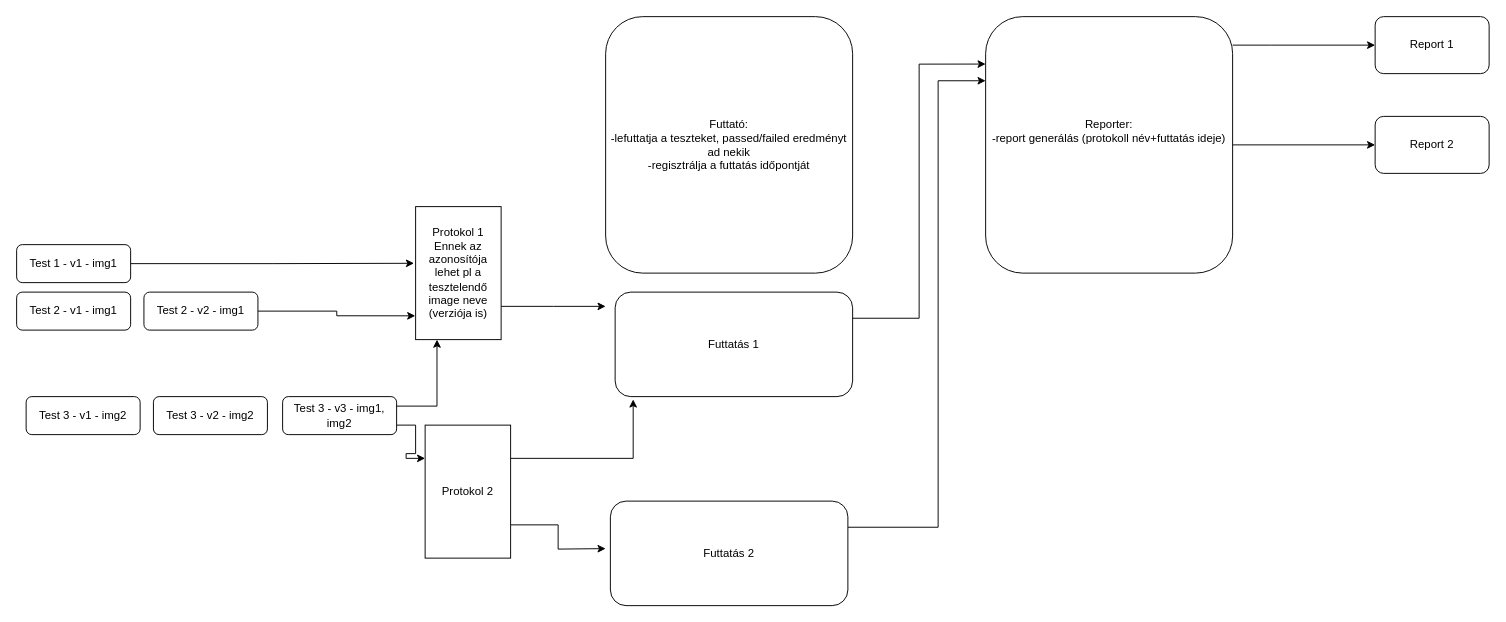
Above: PC_ImageTestFramework.drawio in szvatai1985/drawio_files (draw.io), before the change. Source tidied: cells renumbered, new cells numbered last; positions are measured from the earlier drawing's top-left corner, leaving out a move shared by most shapes. Both pictures are drawn from the tidied source at 95%, with x=0, y=0 at pixel (16, 16).
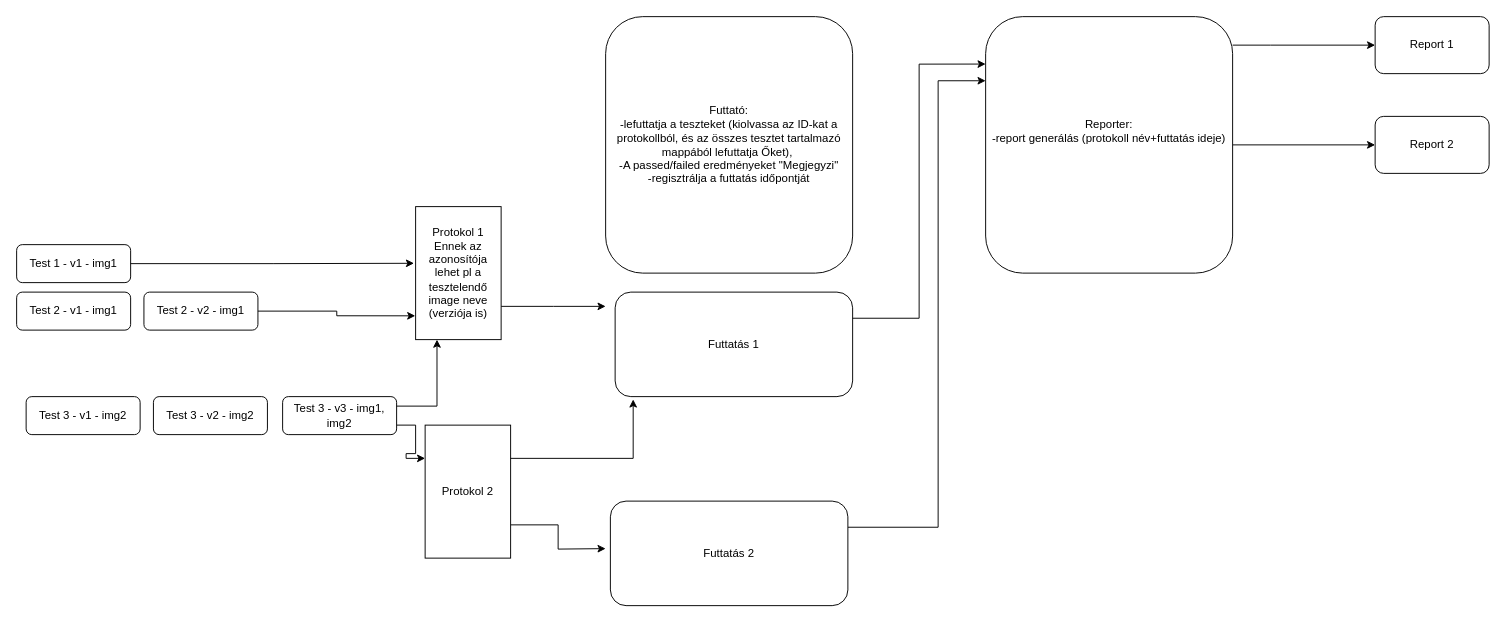
After the change.

The edit, as a diff of the source:
```diff
@@
-    <mxCell id="9" value="Futtató&lt;span style=&quot;background-color: initial;&quot;&gt;:&lt;/span&gt;&lt;div&gt;&lt;div&gt;&lt;span style=&quot;background-color: initial;&quot;&gt;-lefuttatja a teszteket, passed/failed eredményt ad nekik&lt;/span&gt;&lt;br&gt;&lt;/div&gt;&lt;div&gt;-regisztrálja a futtatás időpontját&lt;/div&gt;&lt;/div&gt;" style="rounded=1;whiteSpace=wrap;html=1;" parent="1" vertex="1">
+    <mxCell id="9" value="Futtató&lt;span style=&quot;background-color: initial;&quot;&gt;:&lt;/span&gt;&lt;div&gt;&lt;div&gt;&lt;span style=&quot;background-color: initial;&quot;&gt;-lefuttatja a teszteket (&lt;/span&gt;&lt;span style=&quot;background-color: initial;&quot;&gt;kiolvassa az ID-kat a protokollból, és az összes tesztet tartalmazó mappából lefuttatja Őket),&amp;nbsp;&lt;/span&gt;&lt;/div&gt;&lt;div&gt;&lt;span style=&quot;background-color: initial;&quot;&gt;-A passed/failed eredményeket &quot;Megjegyzi&quot;&lt;/span&gt;&lt;br&gt;&lt;/div&gt;&lt;div&gt;-regisztrálja a futtatás időpontját&lt;/div&gt;&lt;/div&gt;" style="rounded=1;whiteSpace=wrap;html=1;" parent="1" vertex="1">
       <mxGeometry x="620" width="260" height="270" as="geometry" />
     </mxCell>
```
